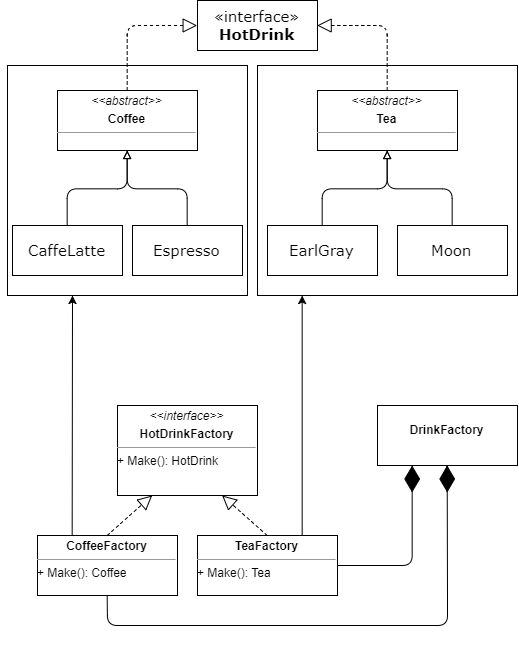
Earlier version of the draw.io export SWD/pics/abstract_factory.png (Simmetopia/VinterEksamen2017). Source tidied: cells renumbered, new cells last; positions are measured from the earlier drawing's top-left corner, leaving out a move shared by most shapes.
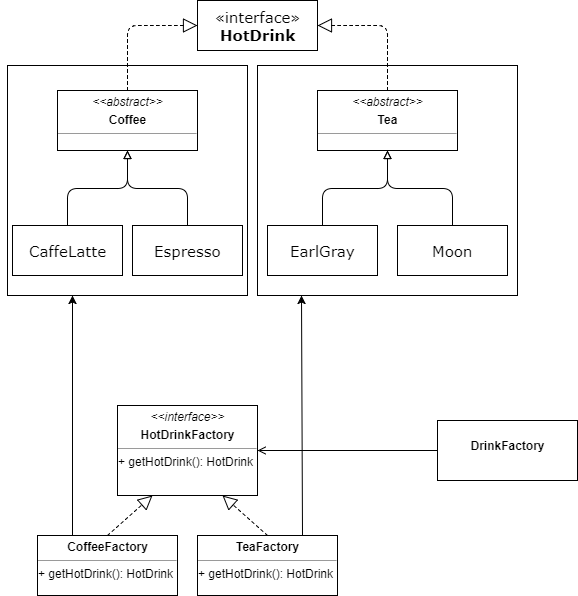
The same diagram one commit later.

What changed in the source:
```diff
@@ -8,7 +8,7 @@
     <mxCell id="3" style="rounded=0;whiteSpace=wrap;html=1;fontFamily=Verdana;fontSize=15;" parent="1" vertex="1">
       <mxGeometry y="65" width="240" height="230" as="geometry" />
     </mxCell>
-    <mxCell id="4" value="&lt;p style=&quot;margin: 0px ; margin-top: 4px ; text-align: center&quot;&gt;&lt;i&gt;&amp;lt;&amp;lt;interface&amp;gt;&amp;gt;&lt;/i&gt;&lt;/p&gt;&lt;p style=&quot;margin: 0px ; margin-top: 4px ; text-align: center&quot;&gt;&lt;b&gt;HotDrinkFactory&lt;/b&gt;&lt;/p&gt;&lt;hr size=&quot;1&quot;&gt;&lt;div style=&quot;height: 2px&quot;&gt;+ Make(): HotDrink&lt;/div&gt;" style="verticalAlign=top;align=left;overflow=fill;fontSize=12;fontFamily=Helvetica;html=1;" parent="1" vertex="1">
+    <mxCell id="4" value="&lt;p style=&quot;margin: 0px ; margin-top: 4px ; text-align: center&quot;&gt;&lt;i&gt;&amp;lt;&amp;lt;interface&amp;gt;&amp;gt;&lt;/i&gt;&lt;/p&gt;&lt;p style=&quot;margin: 0px ; margin-top: 4px ; text-align: center&quot;&gt;&lt;b&gt;HotDrinkFactory&lt;/b&gt;&lt;/p&gt;&lt;hr size=&quot;1&quot;&gt;&lt;div style=&quot;height: 2px&quot;&gt;+ getHotDrink(): HotDrink&lt;/div&gt;" style="verticalAlign=top;align=left;overflow=fill;fontSize=12;fontFamily=Helvetica;html=1;" parent="1" vertex="1">
       <mxGeometry x="110" y="405" width="140" height="90" as="geometry" />
     </mxCell>
     <mxCell id="5" value="«interface»&lt;br&gt;&lt;b&gt;HotDrink&lt;/b&gt;" style="html=1;fontFamily=Verdana;fontSize=15;" parent="1" vertex="1">
@@ -53,10 +53,10 @@
     <mxCell id="18" style="edgeStyle=orthogonalEdgeStyle;rounded=1;html=1;exitX=0;exitY=0.25;entryX=0;entryY=0.25;startArrow=ERmany;startFill=0;endArrow=block;endFill=1;jettySize=auto;orthogonalLoop=1;strokeColor=#000000;fontFamily=Verdana;fontSize=15;" parent="1" edge="1" source="5" target="5">
       <mxGeometry relative="1" as="geometry" />
     </mxCell>
-    <mxCell id="19" value="&lt;p style=&quot;margin: 0px ; margin-top: 4px ; text-align: center&quot;&gt;&lt;b&gt;CoffeeFactory&lt;/b&gt;&lt;br&gt;&lt;/p&gt;&lt;hr size=&quot;1&quot;&gt;&lt;div style=&quot;height: 2px&quot;&gt;+ Make(): Coffee&lt;/div&gt;" style="verticalAlign=top;align=left;overflow=fill;fontSize=12;fontFamily=Helvetica;html=1;" parent="1" vertex="1">
+    <mxCell id="19" value="&lt;p style=&quot;margin: 0px ; margin-top: 4px ; text-align: center&quot;&gt;&lt;b&gt;CoffeeFactory&lt;/b&gt;&lt;br&gt;&lt;/p&gt;&lt;hr size=&quot;1&quot;&gt;&lt;div style=&quot;height: 2px&quot;&gt;+ getHotDrink():&amp;nbsp;&lt;span&gt;HotDrink&lt;/span&gt;&lt;/div&gt;" style="verticalAlign=top;align=left;overflow=fill;fontSize=12;fontFamily=Helvetica;html=1;" parent="1" vertex="1">
       <mxGeometry x="30" y="535" width="140" height="60" as="geometry" />
     </mxCell>
-    <mxCell id="20" value="&lt;p style=&quot;margin: 0px ; margin-top: 4px ; text-align: center&quot;&gt;&lt;b&gt;TeaFactory&lt;/b&gt;&lt;br&gt;&lt;/p&gt;&lt;hr size=&quot;1&quot;&gt;&lt;div style=&quot;height: 2px&quot;&gt;+ Make(): Tea&lt;/div&gt;" style="verticalAlign=top;align=left;overflow=fill;fontSize=12;fontFamily=Helvetica;html=1;" parent="1" vertex="1">
+    <mxCell id="20" value="&lt;p style=&quot;margin: 0px ; margin-top: 4px ; text-align: center&quot;&gt;&lt;b&gt;TeaFactory&lt;/b&gt;&lt;br&gt;&lt;/p&gt;&lt;hr size=&quot;1&quot;&gt;&lt;div style=&quot;height: 2px&quot;&gt;+ getHotDrink():&amp;nbsp;&lt;span&gt;HotDrink&lt;/span&gt;&lt;/div&gt;" style="verticalAlign=top;align=left;overflow=fill;fontSize=12;fontFamily=Helvetica;html=1;" parent="1" vertex="1">
       <mxGeometry x="190" y="535" width="140" height="60" as="geometry" />
     </mxCell>
     <mxCell id="21" style="endArrow=block;dashed=1;endFill=0;endSize=12;html=1;strokeColor=#000000;fontFamily=Verdana;fontSize=15;exitX=0.5;exitY=0;entryX=0.25;entryY=1;" parent="1" edge="1" source="19" target="4">
@@ -65,28 +65,16 @@
     <mxCell id="22" style="endArrow=block;dashed=1;endFill=0;endSize=12;html=1;strokeColor=#000000;fontFamily=Verdana;fontSize=15;exitX=0.5;exitY=0;entryX=0.75;entryY=1;" parent="1" edge="1" source="20" target="4">
       <mxGeometry relative="1" as="geometry" />
     </mxCell>
+    <mxCell id="30" style="edgeStyle=orthogonalEdgeStyle;rounded=1;html=1;startArrow=none;startFill=0;endArrow=open;endFill=0;jettySize=auto;strokeColor=#000000;fontFamily=Verdana;fontSize=15;entryX=1;entryY=0.5;exitX=0;exitY=0.5;" parent="1" edge="1" source="23" target="4">
+      <mxGeometry relative="1" as="geometry">
+        <Array as="points">
+          <mxPoint x="430" y="450" />
+        </Array>
+      </mxGeometry>
+    </mxCell>
     <mxCell id="23" value="&lt;p style=&quot;margin: 0px ; margin-top: 4px ; text-align: center&quot;&gt;&lt;br&gt;&lt;b&gt;DrinkFactory&lt;/b&gt;&lt;/p&gt;" style="verticalAlign=top;align=left;overflow=fill;fontSize=12;fontFamily=Helvetica;html=1;" parent="1" vertex="1">
-      <mxGeometry x="370" y="405" width="140" height="60" as="geometry" />
+      <mxGeometry x="430" y="420" width="140" height="60" as="geometry" />
     </mxCell>
-    <mxCell id="24" style="edgeStyle=orthogonalEdgeStyle;rounded=1;html=1;exitX=0.5;exitY=1;startArrow=none;startFill=0;endArrow=block;endFill=0;jettySize=auto;orthogonalLoop=1;strokeColor=#000000;fontFamily=Verdana;fontSize=15;" parent="1" edge="1" source="23" target="23">
-      <mxGeometry relative="1" as="geometry" />
-    </mxCell>
-    <mxCell id="25" style="endArrow=diamondThin;endFill=1;endSize=24;html=1;strokeColor=#000000;fontFamily=Verdana;fontSize=15;entryX=0.5;entryY=1;exitX=0.5;exitY=1;" parent="1" edge="1" source="19" target="23">
-      <mxGeometry relative="1" as="geometry">
-        <Array as="points">
-          <mxPoint x="100" y="625" />
-          <mxPoint x="440" y="625" />
-          <mxPoint x="440" y="595" />
-        </Array>
-      </mxGeometry>
-    </mxCell>
-    <mxCell id="26" style="endArrow=diamondThin;endFill=1;endSize=24;html=1;strokeColor=#000000;fontFamily=Verdana;fontSize=15;exitX=1;exitY=0.5;entryX=0.25;entryY=1;edgeStyle=orthogonalEdgeStyle;" parent="1" edge="1" source="20" target="23">
-      <mxGeometry relative="1" as="geometry">
-        <Array as="points">
-          <mxPoint x="405" y="565" />
-        </Array>
-      </mxGeometry>
-    </mxCell>
     <mxCell id="27" style="endArrow=classic;html=1;strokeColor=#000000;fontFamily=Verdana;fontSize=15;exitX=0.25;exitY=0;" parent="1" edge="1" source="19">
       <mxGeometry relative="1" as="geometry">
         <mxPoint x="65" y="295" as="targetPoint" />
```
